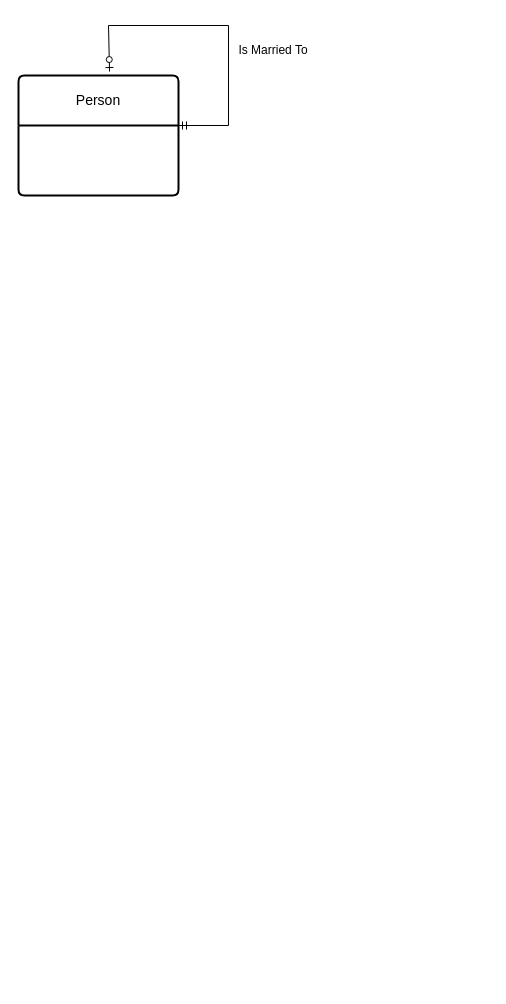
Above: ERDHW2.drawio in jocamp11/BUS393ERDHW1 (draw.io), before the change. Source tidied: cells renumbered, new cells numbered last; positions are measured from the earlier drawing's top-left corner, leaving out a move shared by most shapes. Both pictures are drawn from the tidied source at 100%, with x=0, y=0 at pixel (18, 25).
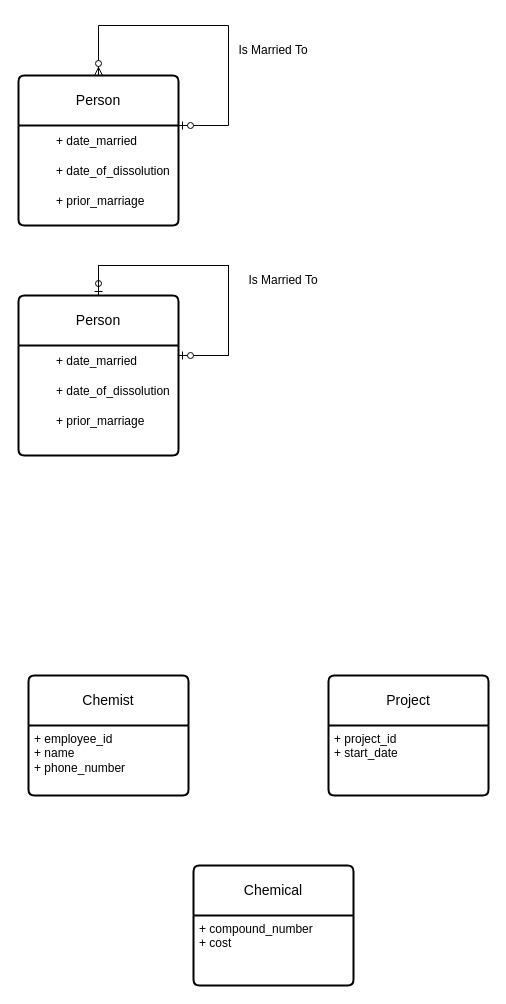
After the change.

Diff of the diagram source:
```diff
@@
     <mxCell id="2" value="&lt;div&gt;Person&lt;/div&gt;" style="swimlane;horizontal=1;startSize=50;rounded=1;fontSize=14;fontStyle=0;strokeWidth=2;shadow=0;dashed=0;align=center;arcSize=4;whiteSpace=wrap;html=1;" parent="1" vertex="1">
-      <mxGeometry y="50" width="160" height="120" as="geometry" />
+      <mxGeometry y="50" width="160" height="150" as="geometry" />
     </mxCell>
+    <mxCell id="5" style="shape=table;startSize=0;childLayout=tableLayout;rowLines=0;fontStyle=0;align=center;strokeColor=none;fillColor=none;whiteSpace=wrap;html=1;" parent="2" vertex="1">
+      <mxGeometry y="50" width="160" height="100" as="geometry" />
+    </mxCell>
+    <mxCell id="6" style="shape=tableRow;horizontal=0;startSize=0;swimlaneHead=0;swimlaneBody=0;fillColor=none;top=0;left=0;right=0;bottom=0;" parent="5" vertex="1">
+      <mxGeometry width="160" height="30" as="geometry" />
+    </mxCell>
+    <mxCell id="7" style="shape=partialRectangle;fillColor=none;top=0;left=0;bottom=0;right=0;overflow=hidden;" parent="6" vertex="1">
+      <mxGeometry width="30" height="30" as="geometry" />
+    </mxCell>
+    <mxCell id="8" value="+ date_married" style="shape=partialRectangle;fillColor=none;top=0;left=0;bottom=0;right=0;align=left;spacingLeft=6;overflow=hidden;" parent="6" vertex="1">
+      <mxGeometry x="30" width="130" height="30" as="geometry" />
+    </mxCell>
+    <mxCell id="9" style="shape=tableRow;horizontal=0;startSize=0;swimlaneHead=0;swimlaneBody=0;fillColor=none;top=0;left=0;right=0;bottom=0;" parent="5" vertex="1">
+      <mxGeometry y="30" width="160" height="30" as="geometry" />
+    </mxCell>
+    <mxCell id="10" style="shape=partialRectangle;fillColor=none;top=0;left=0;bottom=0;right=0;overflow=hidden;" parent="9" vertex="1">
+      <mxGeometry width="30" height="30" as="geometry" />
+    </mxCell>
+    <mxCell id="11" value="+ date_of_dissolution" style="shape=partialRectangle;fillColor=none;top=0;left=0;bottom=0;right=0;align=left;spacingLeft=6;overflow=hidden;" parent="9" vertex="1">
+      <mxGeometry x="30" width="130" height="30" as="geometry" />
+    </mxCell>
+    <mxCell id="12" style="shape=tableRow;horizontal=0;startSize=0;swimlaneHead=0;swimlaneBody=0;fillColor=none;top=0;left=0;right=0;bottom=0;" parent="5" vertex="1">
+      <mxGeometry y="60" width="160" height="30" as="geometry" />
+    </mxCell>
+    <mxCell id="13" style="shape=partialRectangle;fillColor=none;top=0;left=0;bottom=0;right=0;overflow=hidden;" parent="12" vertex="1">
+      <mxGeometry width="30" height="30" as="geometry" />
+    </mxCell>
+    <mxCell id="14" value="+ prior_marriage" style="shape=partialRectangle;fillColor=none;top=0;left=0;bottom=0;right=0;align=left;spacingLeft=6;overflow=hidden;" parent="12" vertex="1">
+      <mxGeometry x="30" width="130" height="30" as="geometry" />
+    </mxCell>
@@
-    <mxCell id="4" style="fontSize=12;html=1;endArrow=ERzeroToOne;startArrow=ERmandOne;rounded=0;entryX=0.569;entryY=-0.033;entryDx=0;entryDy=0;entryPerimeter=0;" parent="1" edge="1" target="2">
-      <mxGeometry relative="1" as="geometry">
-        <mxPoint x="160" y="100" as="sourcePoint" />
-        <Array as="points">
-          <mxPoint x="210" y="100" />
-          <mxPoint x="210" />
-          <mxPoint x="90" />
-        </Array>
-      </mxGeometry>
-    </mxCell>
+    <mxCell id="15" style="fontSize=12;html=1;endArrow=ERzeroToMany;startArrow=ERzeroToOne;rounded=0;entryX=0.5;entryY=0;entryDx=0;entryDy=0;" parent="1" edge="1" target="2">
+      <mxGeometry relative="1" as="geometry">
+        <mxPoint x="160" y="100" as="sourcePoint" />
+        <Array as="points">
+          <mxPoint x="210" y="100" />
+          <mxPoint x="210" />
+          <mxPoint x="80" />
+        </Array>
+      </mxGeometry>
+    </mxCell>
+    <mxCell id="16" value="Is Married To" style="text;html=1;strokeColor=none;fillColor=none;align=center;verticalAlign=middle;whiteSpace=wrap;rounded=0;" parent="1" vertex="1">
+      <mxGeometry x="220" y="240" width="90" height="30" as="geometry" />
+    </mxCell>
+    <mxCell id="17" value="&lt;div&gt;Person&lt;/div&gt;" style="swimlane;horizontal=1;startSize=50;rounded=1;fontSize=14;fontStyle=0;strokeWidth=2;shadow=0;dashed=0;align=center;arcSize=4;whiteSpace=wrap;html=1;" parent="1" vertex="1">
+      <mxGeometry y="270" width="160" height="160" as="geometry" />
+    </mxCell>
+    <mxCell id="18" style="shape=table;startSize=0;childLayout=tableLayout;rowLines=0;fontStyle=0;align=center;strokeColor=none;fillColor=none;whiteSpace=wrap;html=1;" parent="17" vertex="1">
+      <mxGeometry y="50" width="160" height="110" as="geometry" />
+    </mxCell>
+    <mxCell id="19" style="shape=tableRow;horizontal=0;startSize=0;swimlaneHead=0;swimlaneBody=0;fillColor=none;top=0;left=0;right=0;bottom=0;" parent="18" vertex="1">
+      <mxGeometry width="160" height="30" as="geometry" />
+    </mxCell>
+    <mxCell id="20" style="shape=partialRectangle;fillColor=none;top=0;left=0;bottom=0;right=0;overflow=hidden;" parent="19" vertex="1">
+      <mxGeometry width="30" height="30" as="geometry" />
+    </mxCell>
+    <mxCell id="21" value="+ date_married" style="shape=partialRectangle;fillColor=none;top=0;left=0;bottom=0;right=0;align=left;spacingLeft=6;overflow=hidden;" parent="19" vertex="1">
+      <mxGeometry x="30" width="130" height="30" as="geometry" />
+    </mxCell>
+    <mxCell id="22" style="shape=tableRow;horizontal=0;startSize=0;swimlaneHead=0;swimlaneBody=0;fillColor=none;top=0;left=0;right=0;bottom=0;" parent="18" vertex="1">
+      <mxGeometry y="30" width="160" height="30" as="geometry" />
+    </mxCell>
+    <mxCell id="23" style="shape=partialRectangle;fillColor=none;top=0;left=0;bottom=0;right=0;overflow=hidden;" parent="22" vertex="1">
+      <mxGeometry width="30" height="30" as="geometry" />
+    </mxCell>
+    <mxCell id="24" value="+ date_of_dissolution" style="shape=partialRectangle;fillColor=none;top=0;left=0;bottom=0;right=0;align=left;spacingLeft=6;overflow=hidden;" parent="22" vertex="1">
+      <mxGeometry x="30" width="130" height="30" as="geometry" />
+    </mxCell>
+    <mxCell id="25" style="shape=tableRow;horizontal=0;startSize=0;swimlaneHead=0;swimlaneBody=0;fillColor=none;top=0;left=0;right=0;bottom=0;" parent="18" vertex="1">
+      <mxGeometry y="60" width="160" height="30" as="geometry" />
+    </mxCell>
+    <mxCell id="26" style="shape=partialRectangle;fillColor=none;top=0;left=0;bottom=0;right=0;overflow=hidden;" parent="25" vertex="1">
+      <mxGeometry width="30" height="30" as="geometry" />
+    </mxCell>
+    <mxCell id="27" value="+ prior_marriage" style="shape=partialRectangle;fillColor=none;top=0;left=0;bottom=0;right=0;align=left;spacingLeft=6;overflow=hidden;" parent="25" vertex="1">
+      <mxGeometry x="30" width="130" height="30" as="geometry" />
+    </mxCell>
+    <mxCell id="28" style="fontSize=12;html=1;endArrow=ERzeroToOne;endFill=1;rounded=0;entryX=0.5;entryY=0;entryDx=0;entryDy=0;" parent="1" edge="1" target="17">
+      <mxGeometry relative="1" as="geometry">
+        <mxPoint x="160" y="330" as="sourcePoint" />
+        <Array as="points">
+          <mxPoint x="210" y="330" />
+          <mxPoint x="210" y="240" />
+          <mxPoint x="80" y="240" />
+        </Array>
+      </mxGeometry>
+    </mxCell>
+    <mxCell id="29" style="fontSize=12;html=1;endArrow=ERzeroToOne;endFill=1;rounded=0;exitX=0.5;exitY=0;exitDx=0;exitDy=0;" parent="1" edge="1" source="17">
+      <mxGeometry relative="1" as="geometry">
+        <mxPoint x="160" y="330" as="targetPoint" />
+        <Array as="points">
+          <mxPoint x="80" y="240" />
+          <mxPoint x="210" y="240" />
+          <mxPoint x="210" y="330" />
+        </Array>
+      </mxGeometry>
+    </mxCell>
+    <mxCell id="30" value="Chemist" style="swimlane;horizontal=1;startSize=50;rounded=1;fontSize=14;fontStyle=0;strokeWidth=2;shadow=0;dashed=0;align=center;arcSize=4;whiteSpace=wrap;html=1;" parent="1" vertex="1">
+      <mxGeometry x="10" y="650" width="160" height="120" as="geometry" />
+    </mxCell>
+    <mxCell id="31" value="+ employee_id&lt;br&gt;+ name&lt;br&gt;+ phone_number" style="align=left;strokeColor=none;fillColor=none;spacingLeft=4;fontSize=12;verticalAlign=top;html=1;" parent="30" vertex="1">
+      <mxGeometry y="50" width="160" height="70" as="geometry" />
+    </mxCell>
+    <mxCell id="32" value="Project" style="swimlane;horizontal=1;startSize=50;rounded=1;fontSize=14;fontStyle=0;strokeWidth=2;shadow=0;dashed=0;align=center;arcSize=4;whiteSpace=wrap;html=1;" parent="1" vertex="1">
+      <mxGeometry x="310" y="650" width="160" height="120" as="geometry" />
+    </mxCell>
+    <mxCell id="33" value="+ project_id&lt;br&gt;+ start_date&lt;br&gt;" style="align=left;strokeColor=none;fillColor=none;spacingLeft=4;fontSize=12;verticalAlign=top;html=1;" parent="32" vertex="1">
+      <mxGeometry y="50" width="160" height="70" as="geometry" />
+    </mxCell>
+    <mxCell id="34" value="Chemical" style="swimlane;horizontal=1;startSize=50;rounded=1;fontSize=14;fontStyle=0;strokeWidth=2;shadow=0;dashed=0;align=center;arcSize=4;whiteSpace=wrap;html=1;" parent="1" vertex="1">
+      <mxGeometry x="175" y="840" width="160" height="120" as="geometry" />
+    </mxCell>
+    <mxCell id="35" value="+ compound_number&lt;br&gt;+ cost&lt;br&gt;" style="align=left;strokeColor=none;fillColor=none;spacingLeft=4;fontSize=12;verticalAlign=top;html=1;" parent="34" vertex="1">
+      <mxGeometry y="50" width="160" height="70" as="geometry" />
+    </mxCell>
```
